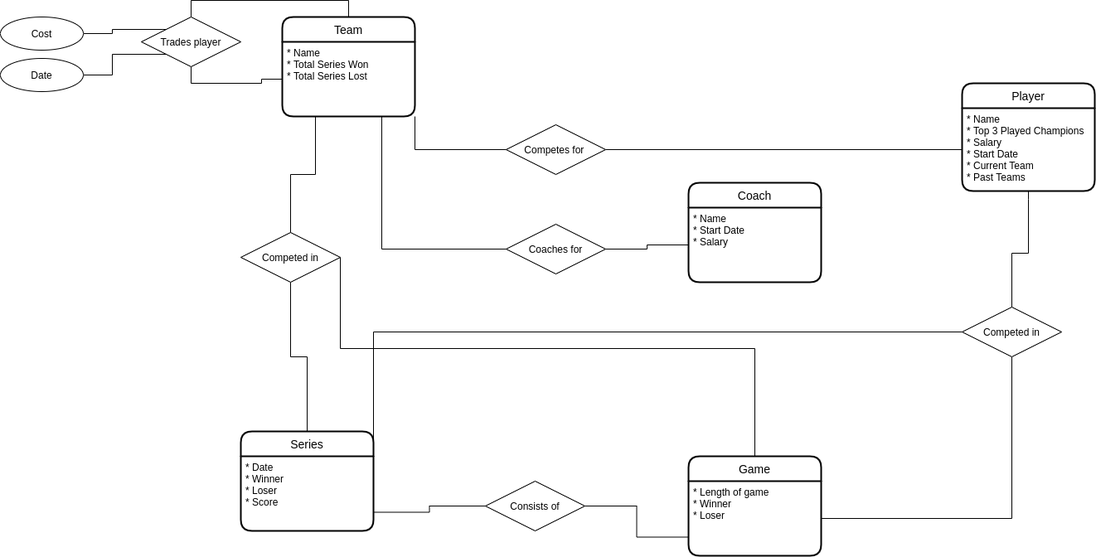
JosephBrooksbank/databasesW2021 keeps this draw.io diagram as A1.png. Above is the earlier version. Source tidied: cells renumbered, new cells last; positions are measured from the earlier drawing's top-left corner, leaving out a move shared by most shapes.
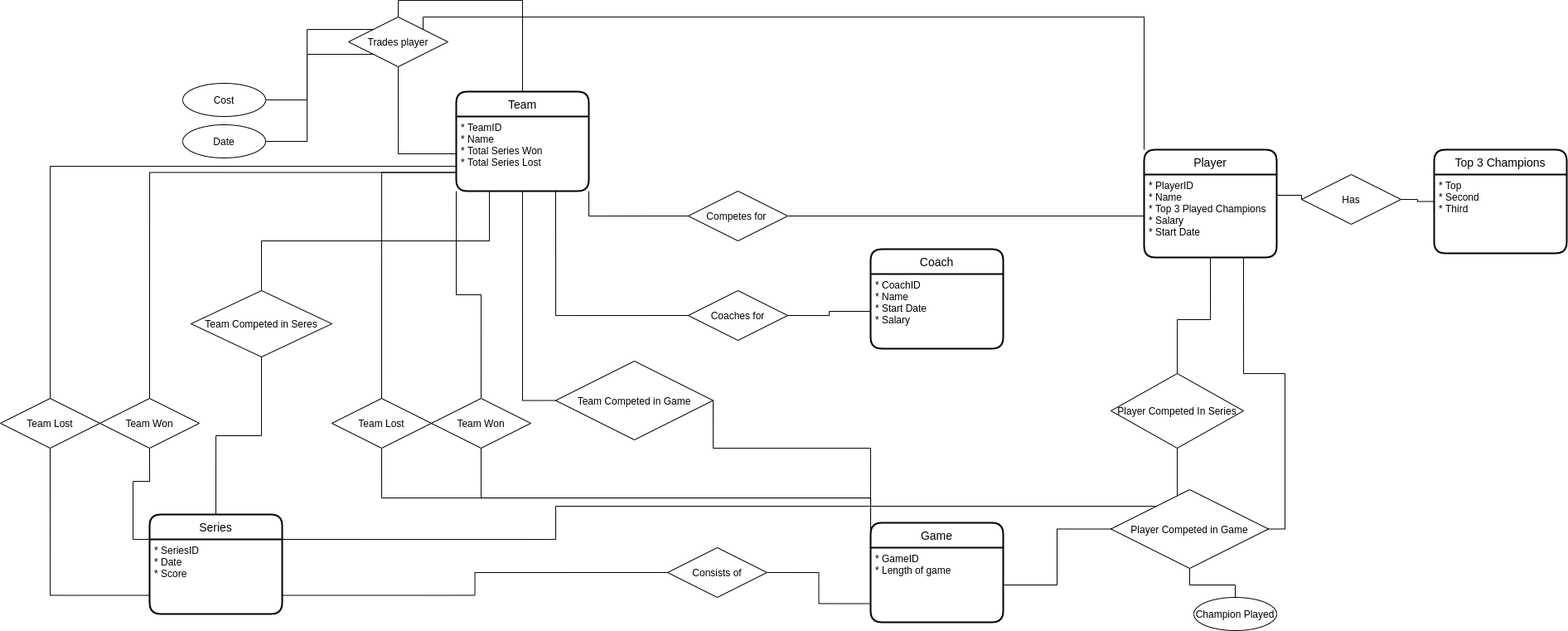
After the change.

What changed in the source:
```diff
@@ -9,15 +9,23 @@
       <mxGeometry x="610" y="130" width="120" height="60" as="geometry" />
     </mxCell>
     <mxCell id="4" value="Team" style="swimlane;horizontal=1;startSize=30;rounded=1;fontSize=14;fontStyle=0;strokeWidth=2;shadow=0;dashed=0;align=center;" parent="1" vertex="1">
-      <mxGeometry x="340" width="160" height="120" as="geometry" />
+      <mxGeometry x="330" y="10" width="160" height="120" as="geometry" />
     </mxCell>
-    <mxCell id="5" value="* Name&#10;* Total Series Won&#10;* Total Series Lost" style="align=left;strokeColor=none;fillColor=none;spacingLeft=4;fontSize=12;verticalAlign=top;" parent="4" vertex="1">
+    <mxCell id="5" value="* TeamID&#10;* Name&#10;* Total Series Won&#10;* Total Series Lost" style="align=left;strokeColor=none;fillColor=none;spacingLeft=4;fontSize=12;verticalAlign=top;" parent="4" vertex="1">
       <mxGeometry y="30" width="160" height="90" as="geometry" />
     </mxCell>
+    <mxCell id="38" style="edgeStyle=orthogonalEdgeStyle;rounded=0;jettySize=auto;html=1;exitX=0;exitY=0;exitDx=0;exitDy=0;entryX=1;entryY=0;entryDx=0;entryDy=0;endArrow=none;endFill=0;" parent="1" edge="1" source="6" target="18">
+      <mxGeometry relative="1" as="geometry">
+        <Array as="points">
+          <mxPoint x="1160" y="-80" />
+          <mxPoint x="290" y="-80" />
+        </Array>
+      </mxGeometry>
+    </mxCell>
     <mxCell id="6" value="Player" style="swimlane;horizontal=1;startSize=30;rounded=1;fontSize=14;fontStyle=0;strokeWidth=2;shadow=0;dashed=0;align=center;" parent="1" vertex="1">
       <mxGeometry x="1160" y="80" width="160" height="130" as="geometry" />
     </mxCell>
-    <mxCell id="7" value="* Name&#10;* Top 3 Played Champions&#10;* Salary&#10;* Start Date&#10;* Current Team&#10;* Past Teams" style="align=left;strokeColor=none;fillColor=none;spacingLeft=4;fontSize=12;verticalAlign=top;" parent="6" vertex="1">
+    <mxCell id="7" value="* PlayerID&#10;* Name&#10;* Top 3 Played Champions&#10;* Salary&#10;* Start Date" style="align=left;strokeColor=none;fillColor=none;spacingLeft=4;fontSize=12;verticalAlign=top;" parent="6" vertex="1">
       <mxGeometry y="30" width="160" height="100" as="geometry" />
     </mxCell>
     <mxCell id="8" style="edgeStyle=orthogonalEdgeStyle;rounded=0;orthogonalLoop=1;jettySize=auto;html=1;exitX=0.5;exitY=1;exitDx=0;exitDy=0;" parent="6" edge="1" source="7" target="7">
@@ -29,7 +37,7 @@
     <mxCell id="10" value="Coach" style="swimlane;horizontal=1;startSize=30;rounded=1;fontSize=14;fontStyle=0;strokeWidth=2;shadow=0;dashed=0;align=center;" parent="1" vertex="1">
       <mxGeometry x="830" y="200" width="160" height="120" as="geometry" />
     </mxCell>
-    <mxCell id="11" value="* Name&#10;* Start Date&#10;* Salary" style="align=left;strokeColor=none;fillColor=none;spacingLeft=4;fontSize=12;verticalAlign=top;" parent="10" vertex="1">
+    <mxCell id="11" value="* CoachID&#10;* Name&#10;* Start Date&#10;* Salary" style="align=left;strokeColor=none;fillColor=none;spacingLeft=4;fontSize=12;verticalAlign=top;" parent="10" vertex="1">
       <mxGeometry y="30" width="160" height="90" as="geometry" />
     </mxCell>
     <mxCell id="12" style="edgeStyle=orthogonalEdgeStyle;rounded=0;jettySize=auto;html=1;exitX=1;exitY=0.5;exitDx=0;exitDy=0;entryX=0;entryY=0.5;entryDx=0;entryDy=0;endArrow=none;endFill=0;" parent="1" edge="1" source="13" target="11">
@@ -51,7 +59,7 @@
       <mxGeometry relative="1" as="geometry" />
     </mxCell>
     <mxCell id="18" value="Trades player" style="shape=rhombus;perimeter=rhombusPerimeter;whiteSpace=wrap;html=1;align=center;" parent="1" vertex="1">
-      <mxGeometry x="170" width="120" height="60" as="geometry" />
+      <mxGeometry x="200" y="-80" width="120" height="60" as="geometry" />
     </mxCell>
     <mxCell id="19" value="Cost" style="ellipse;whiteSpace=wrap;html=1;align=center;" parent="1" vertex="1">
       <mxGeometry width="100" height="40" as="geometry" />
@@ -63,24 +71,16 @@
       <mxGeometry relative="1" as="geometry" />
     </mxCell>
     <mxCell id="22" value="Series" style="swimlane;horizontal=1;startSize=30;rounded=1;fontSize=14;fontStyle=0;strokeWidth=2;shadow=0;dashed=0;align=center;" parent="1" vertex="1">
-      <mxGeometry x="290" y="500" width="160" height="120" as="geometry" />
+      <mxGeometry x="-40" y="520" width="160" height="120" as="geometry" />
     </mxCell>
-    <mxCell id="23" value="* Date&#10;* Winner&#10;* Loser&#10;* Score" style="align=left;strokeColor=none;fillColor=none;spacingLeft=4;fontSize=12;verticalAlign=top;" parent="22" vertex="1">
+    <mxCell id="23" value="* SeriesID&#10;* Date&#10;* Score" style="align=left;strokeColor=none;fillColor=none;spacingLeft=4;fontSize=12;verticalAlign=top;" parent="22" vertex="1">
       <mxGeometry y="30" width="160" height="90" as="geometry" />
     </mxCell>
     <mxCell id="24" style="edgeStyle=orthogonalEdgeStyle;rounded=0;jettySize=auto;html=1;exitX=0.5;exitY=1;exitDx=0;exitDy=0;entryX=0.5;entryY=0;entryDx=0;entryDy=0;endArrow=none;endFill=0;" parent="1" edge="1" source="26" target="22">
       <mxGeometry relative="1" as="geometry" />
     </mxCell>
-    <mxCell id="25" style="edgeStyle=orthogonalEdgeStyle;rounded=0;jettySize=auto;html=1;exitX=1;exitY=0.5;exitDx=0;exitDy=0;entryX=0.5;entryY=0;entryDx=0;entryDy=0;endArrow=none;endFill=0;" parent="1" edge="1" source="26" target="30">
-      <mxGeometry relative="1" as="geometry">
-        <Array as="points">
-          <mxPoint x="410" y="400" />
-          <mxPoint x="910" y="400" />
-        </Array>
-      </mxGeometry>
-    </mxCell>
-    <mxCell id="26" value="Competed in" style="shape=rhombus;perimeter=rhombusPerimeter;whiteSpace=wrap;html=1;align=center;" parent="1" vertex="1">
-      <mxGeometry x="290" y="260" width="120" height="60" as="geometry" />
+    <mxCell id="26" value="Team Competed in Seres" style="shape=rhombus;perimeter=rhombusPerimeter;whiteSpace=wrap;html=1;align=center;" parent="1" vertex="1">
+      <mxGeometry x="10" y="250" width="170" height="80" as="geometry" />
     </mxCell>
     <mxCell id="27" style="edgeStyle=orthogonalEdgeStyle;rounded=0;jettySize=auto;html=1;exitX=0.25;exitY=1;exitDx=0;exitDy=0;entryX=0.5;entryY=0;entryDx=0;entryDy=0;endArrow=none;endFill=0;" parent="1" edge="1" source="5" target="26">
       <mxGeometry relative="1" as="geometry" />
@@ -94,24 +94,23 @@
     <mxCell id="30" value="Game" style="swimlane;horizontal=1;startSize=30;rounded=1;fontSize=14;fontStyle=0;strokeWidth=2;shadow=0;dashed=0;align=center;" parent="1" vertex="1">
       <mxGeometry x="830" y="530" width="160" height="120" as="geometry" />
     </mxCell>
-    <mxCell id="31" value="* Length of game &#10;* Winner&#10;* Loser" style="align=left;strokeColor=none;fillColor=none;spacingLeft=4;fontSize=12;verticalAlign=top;" parent="30" vertex="1">
+    <mxCell id="31" value="* GameID&#10;* Length of game &#10;" style="align=left;strokeColor=none;fillColor=none;spacingLeft=4;fontSize=12;verticalAlign=top;" parent="30" vertex="1">
       <mxGeometry y="30" width="160" height="90" as="geometry" />
     </mxCell>
     <mxCell id="32" style="edgeStyle=orthogonalEdgeStyle;rounded=0;jettySize=auto;html=1;exitX=1;exitY=0.75;exitDx=0;exitDy=0;entryX=0;entryY=0.5;entryDx=0;entryDy=0;endArrow=none;endFill=0;" parent="1" edge="1" source="23" target="29">
       <mxGeometry relative="1" as="geometry" />
     </mxCell>
-    <mxCell id="33" style="edgeStyle=orthogonalEdgeStyle;rounded=0;jettySize=auto;html=1;exitX=0.5;exitY=1;exitDx=0;exitDy=0;entryX=1;entryY=0.5;entryDx=0;entryDy=0;endArrow=none;endFill=0;" parent="1" edge="1" source="35" target="31">
-      <mxGeometry relative="1" as="geometry" />
+    <mxCell id="33" style="edgeStyle=orthogonalEdgeStyle;rounded=0;jettySize=auto;html=1;exitX=0.5;exitY=1;exitDx=0;exitDy=0;entryX=1;entryY=0.25;entryDx=0;entryDy=0;endArrow=none;endFill=0;" parent="1" edge="1" source="35" target="22">
+      <mxGeometry relative="1" as="geometry">
+        <Array as="points">
+          <mxPoint x="1200" y="510" />
+          <mxPoint x="450" y="510" />
+          <mxPoint x="450" y="550" />
+        </Array>
+      </mxGeometry>
     </mxCell>
-    <mxCell id="34" style="edgeStyle=orthogonalEdgeStyle;rounded=0;jettySize=auto;html=1;exitX=0;exitY=0.5;exitDx=0;exitDy=0;entryX=1;entryY=0.25;entryDx=0;entryDy=0;endArrow=none;endFill=0;" parent="1" edge="1" source="35" target="23">
-      <mxGeometry relative="1" as="geometry">
-        <Array as="points">
-          <mxPoint x="450" y="380" />
-        </Array>
-      </mxGeometry>
-    </mxCell>
-    <mxCell id="35" value="Competed in" style="shape=rhombus;perimeter=rhombusPerimeter;whiteSpace=wrap;html=1;align=center;" parent="1" vertex="1">
-      <mxGeometry x="1160" y="350" width="120" height="60" as="geometry" />
+    <mxCell id="35" value="Player Competed In Series" style="shape=rhombus;perimeter=rhombusPerimeter;whiteSpace=wrap;html=1;align=center;" parent="1" vertex="1">
+      <mxGeometry x="1120" y="350" width="160" height="90" as="geometry" />
     </mxCell>
     <mxCell id="36" style="edgeStyle=orthogonalEdgeStyle;rounded=0;jettySize=auto;html=1;entryX=0.5;entryY=0;entryDx=0;entryDy=0;endArrow=none;endFill=0;" parent="1" edge="1" target="35">
       <mxGeometry relative="1" as="geometry">
@@ -123,5 +122,92 @@
         <mxPoint x="1240" y="220" as="targetPoint" />
       </mxGeometry>
     </mxCell>
+    <mxCell id="39" style="edgeStyle=orthogonalEdgeStyle;rounded=0;jettySize=auto;html=1;exitX=1;exitY=0.5;exitDx=0;exitDy=0;entryX=0;entryY=0;entryDx=0;entryDy=0;endArrow=none;endFill=0;" parent="1" edge="1" source="40" target="30">
+      <mxGeometry relative="1" as="geometry">
+        <Array as="points">
+          <mxPoint x="640" y="440" />
+          <mxPoint x="830" y="440" />
+        </Array>
+      </mxGeometry>
+    </mxCell>
+    <mxCell id="40" value="Team Competed in Game" style="shape=rhombus;perimeter=rhombusPerimeter;whiteSpace=wrap;html=1;align=center;" parent="1" vertex="1">
+      <mxGeometry x="450" y="335" width="190" height="95" as="geometry" />
+    </mxCell>
+    <mxCell id="41" style="edgeStyle=orthogonalEdgeStyle;rounded=0;jettySize=auto;html=1;exitX=0.5;exitY=1;exitDx=0;exitDy=0;endArrow=none;endFill=0;entryX=0;entryY=0.5;entryDx=0;entryDy=0;" parent="1" edge="1" source="5" target="40">
+      <mxGeometry relative="1" as="geometry" />
+    </mxCell>
+    <mxCell id="42" style="edgeStyle=orthogonalEdgeStyle;rounded=0;jettySize=auto;html=1;exitX=0;exitY=0.5;exitDx=0;exitDy=0;entryX=1;entryY=0.5;entryDx=0;entryDy=0;endArrow=none;endFill=0;" parent="1" edge="1" source="44" target="31">
+      <mxGeometry relative="1" as="geometry" />
+    </mxCell>
+    <mxCell id="43" style="edgeStyle=orthogonalEdgeStyle;rounded=0;jettySize=auto;html=1;exitX=0.5;exitY=1;exitDx=0;exitDy=0;entryX=0.5;entryY=0;entryDx=0;entryDy=0;endArrow=none;endFill=0;" parent="1" edge="1" source="44" target="57">
+      <mxGeometry relative="1" as="geometry" />
+    </mxCell>
+    <mxCell id="44" value="Player Competed in Game" style="shape=rhombus;perimeter=rhombusPerimeter;whiteSpace=wrap;html=1;align=center;" parent="1" vertex="1">
+      <mxGeometry x="1120" y="490" width="190" height="95" as="geometry" />
+    </mxCell>
+    <mxCell id="45" style="edgeStyle=orthogonalEdgeStyle;rounded=0;jettySize=auto;html=1;exitX=0.75;exitY=1;exitDx=0;exitDy=0;entryX=1;entryY=0.5;entryDx=0;entryDy=0;endArrow=none;endFill=0;" parent="1" edge="1" source="7" target="44">
+      <mxGeometry relative="1" as="geometry" />
+    </mxCell>
+    <mxCell id="46" style="edgeStyle=orthogonalEdgeStyle;rounded=0;jettySize=auto;html=1;exitX=1;exitY=0.5;exitDx=0;exitDy=0;entryX=0;entryY=0.5;entryDx=0;entryDy=0;endArrow=none;endFill=0;" parent="1" edge="1" source="47" target="48">
+      <mxGeometry relative="1" as="geometry" />
+    </mxCell>
+    <mxCell id="47" value="Has" style="shape=rhombus;perimeter=rhombusPerimeter;whiteSpace=wrap;html=1;align=center;" parent="1" vertex="1">
+      <mxGeometry x="1350" y="110" width="120" height="60" as="geometry" />
+    </mxCell>
+    <mxCell id="48" value="Top 3 Champions" style="swimlane;horizontal=1;startSize=30;rounded=1;fontSize=14;fontStyle=0;strokeWidth=2;shadow=0;dashed=0;align=center;" parent="1" vertex="1">
+      <mxGeometry x="1510" y="80" width="160" height="125" as="geometry" />
+    </mxCell>
+    <mxCell id="49" value="* Top&#10;* Second&#10;* Third" style="align=left;strokeColor=none;fillColor=none;spacingLeft=4;fontSize=12;verticalAlign=top;" parent="48" vertex="1">
+      <mxGeometry y="30" width="160" height="95" as="geometry" />
+    </mxCell>
+    <mxCell id="50" style="edgeStyle=orthogonalEdgeStyle;rounded=0;jettySize=auto;html=1;exitX=1;exitY=0.25;exitDx=0;exitDy=0;entryX=0;entryY=0.5;entryDx=0;entryDy=0;endArrow=none;endFill=0;" parent="1" edge="1" source="7" target="47">
+      <mxGeometry relative="1" as="geometry" />
+    </mxCell>
+    <mxCell id="51" style="edgeStyle=orthogonalEdgeStyle;rounded=0;jettySize=auto;html=1;exitX=0.5;exitY=1;exitDx=0;exitDy=0;entryX=0;entryY=0;entryDx=0;entryDy=0;endArrow=none;endFill=0;" parent="1" edge="1" source="52" target="31">
+      <mxGeometry relative="1" as="geometry" />
+    </mxCell>
+    <mxCell id="52" value="Team Won" style="shape=rhombus;perimeter=rhombusPerimeter;whiteSpace=wrap;html=1;align=center;" parent="1" vertex="1">
+      <mxGeometry x="300" y="380" width="120" height="60" as="geometry" />
+    </mxCell>
+    <mxCell id="53" style="edgeStyle=orthogonalEdgeStyle;rounded=0;jettySize=auto;html=1;exitX=0.5;exitY=1;exitDx=0;exitDy=0;endArrow=none;endFill=0;" parent="1" edge="1" source="54">
+      <mxGeometry relative="1" as="geometry">
+        <mxPoint x="830" y="560" as="targetPoint" />
+      </mxGeometry>
+    </mxCell>
+    <mxCell id="54" value="Team Lost" style="shape=rhombus;perimeter=rhombusPerimeter;whiteSpace=wrap;html=1;align=center;" parent="1" vertex="1">
+      <mxGeometry x="180" y="380" width="120" height="60" as="geometry" />
+    </mxCell>
+    <mxCell id="55" style="edgeStyle=orthogonalEdgeStyle;rounded=0;jettySize=auto;html=1;exitX=0;exitY=1;exitDx=0;exitDy=0;entryX=0.5;entryY=0;entryDx=0;entryDy=0;endArrow=none;endFill=0;" parent="1" edge="1" source="5" target="52">
+      <mxGeometry relative="1" as="geometry" />
+    </mxCell>
+    <mxCell id="56" style="edgeStyle=orthogonalEdgeStyle;rounded=0;jettySize=auto;html=1;exitX=0;exitY=0.75;exitDx=0;exitDy=0;entryX=0.5;entryY=0;entryDx=0;entryDy=0;endArrow=none;endFill=0;" parent="1" edge="1" source="5" target="54">
+      <mxGeometry relative="1" as="geometry" />
+    </mxCell>
+    <mxCell id="57" value="Champion Played" style="ellipse;whiteSpace=wrap;html=1;align=center;" parent="1" vertex="1">
+      <mxGeometry x="1220" y="620" width="100" height="40" as="geometry" />
+    </mxCell>
+    <mxCell id="58" style="edgeStyle=orthogonalEdgeStyle;rounded=0;jettySize=auto;html=1;exitX=0.5;exitY=1;exitDx=0;exitDy=0;entryX=0;entryY=0.25;entryDx=0;entryDy=0;endArrow=none;endFill=0;" parent="1" edge="1" source="59" target="22">
+      <mxGeometry relative="1" as="geometry" />
+    </mxCell>
+    <mxCell id="59" value="Team Won" style="shape=rhombus;perimeter=rhombusPerimeter;whiteSpace=wrap;html=1;align=center;" parent="1" vertex="1">
+      <mxGeometry x="-100" y="380" width="120" height="60" as="geometry" />
+    </mxCell>
+    <mxCell id="60" style="edgeStyle=orthogonalEdgeStyle;rounded=0;jettySize=auto;html=1;exitX=0.5;exitY=1;exitDx=0;exitDy=0;entryX=0;entryY=0.75;entryDx=0;entryDy=0;endArrow=none;endFill=0;" parent="1" edge="1" source="61" target="23">
+      <mxGeometry relative="1" as="geometry" />
+    </mxCell>
+    <mxCell id="61" value="Team Lost" style="shape=rhombus;perimeter=rhombusPerimeter;whiteSpace=wrap;html=1;align=center;" parent="1" vertex="1">
+      <mxGeometry x="-220" y="380" width="120" height="60" as="geometry" />
+    </mxCell>
+    <mxCell id="62" style="edgeStyle=orthogonalEdgeStyle;rounded=0;jettySize=auto;html=1;exitX=0;exitY=0.5;exitDx=0;exitDy=0;endArrow=none;endFill=0;" parent="1" edge="1" source="5" target="61">
+      <mxGeometry relative="1" as="geometry">
+        <Array as="points">
+          <mxPoint x="330" y="100" />
+          <mxPoint x="-160" y="100" />
+        </Array>
+      </mxGeometry>
+    </mxCell>
+    <mxCell id="63" style="edgeStyle=orthogonalEdgeStyle;rounded=0;jettySize=auto;html=1;exitX=0;exitY=0.75;exitDx=0;exitDy=0;entryX=0.5;entryY=0;entryDx=0;entryDy=0;endArrow=none;endFill=0;" parent="1" edge="1" source="5" target="59">
+      <mxGeometry relative="1" as="geometry" />
+    </mxCell>
   </root>
 </mxGraphModel>
```
